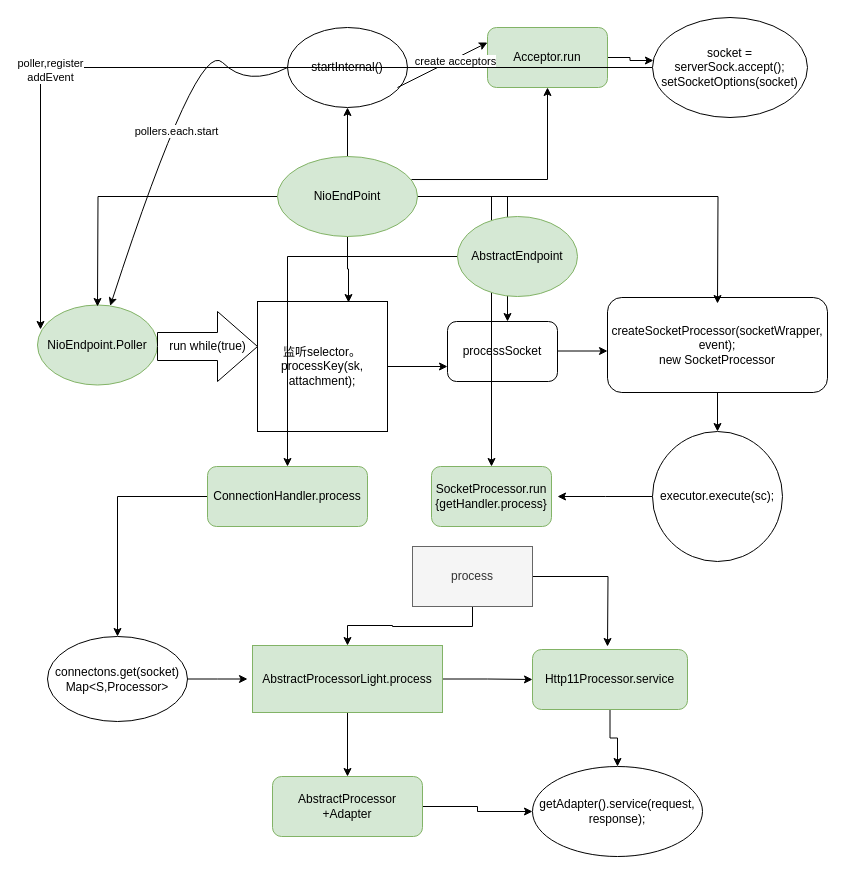
xiaojianlee/document keeps this draw.io diagram as page "Page-1" (1 of 2) of Untitled Diagram.drawio. Above is the earlier version. Source tidied: cells renumbered, new cells numbered last; positions are measured from the earlier drawing's top-left corner, leaving out a move shared by most shapes. Both pictures are drawn from the tidied source at 100%, with x=0, y=0 at pixel (37, 17).
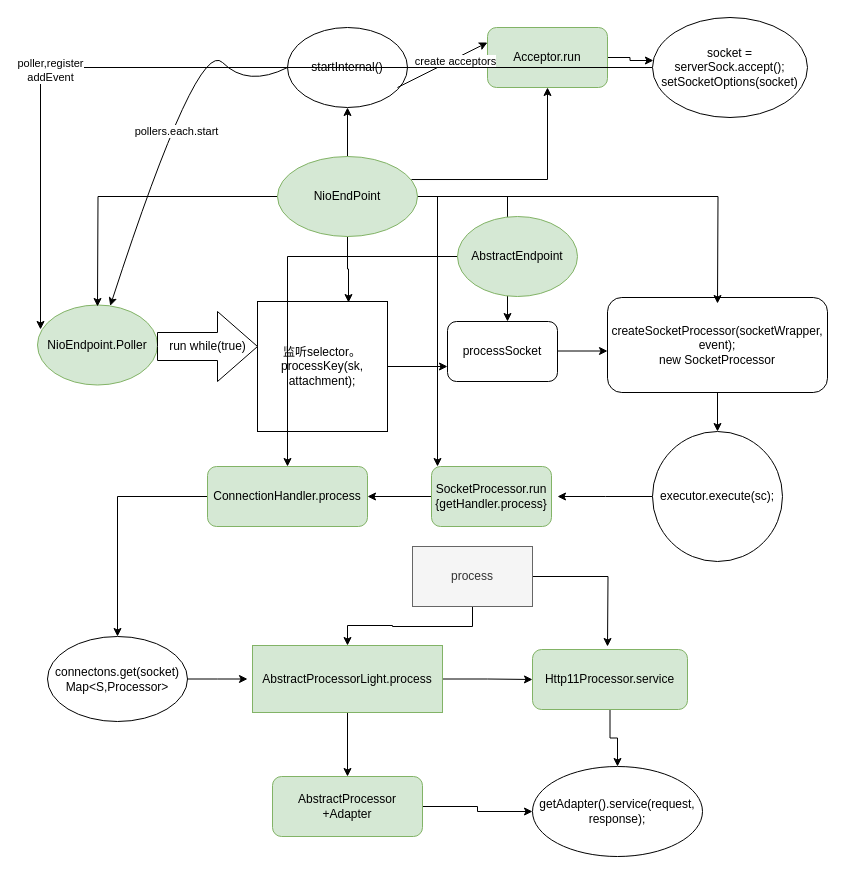
The same page after the edit.

Commit message:
多级万科对接

Unchanged cells that the change refers to:
```xml
<mxCell id="16" value="NioEndPoint" style="ellipse;whiteSpace=wrap;html=1;fontFamily=Helvetica;fillColor=#d5e8d4;strokeColor=#82b366;" parent="1" vertex="1">
  <mxGeometry x="240" y="139" width="140" height="80" as="geometry" />
</mxCell>
<mxCell id="20" value="SocketProcessor.run&lt;br&gt;{getHandler.process}" style="rounded=1;whiteSpace=wrap;html=1;fontFamily=Helvetica;fillColor=#d5e8d4;strokeColor=#82b366;" parent="1" vertex="1">
  <mxGeometry x="394" y="449" width="120" height="60" as="geometry" />
</mxCell>
<mxCell id="24" value="ConnectionHandler.process" style="rounded=1;whiteSpace=wrap;html=1;fontFamily=Helvetica;fillColor=#d5e8d4;strokeColor=#82b366;" parent="1" vertex="1">
  <mxGeometry x="170" y="449" width="160" height="60" as="geometry" />
</mxCell>
```

Change to the diagram source:
```diff
@@
     <mxCell id="14" style="edgeStyle=orthogonalEdgeStyle;rounded=0;jettySize=auto;html=1;fontFamily=Helvetica;" parent="1" edge="1" source="16" target="20">
-      <mxGeometry relative="1" as="geometry" />
+      <mxGeometry relative="1" as="geometry">
+        <Array as="points">
+          <mxPoint x="400" y="179" />
+        </Array>
+      </mxGeometry>
     </mxCell>
@@
+    <mxCell id="48" style="edgeStyle=orthogonalEdgeStyle;rounded=0;jettySize=auto;html=1;fontFamily=Helvetica;" parent="1" edge="1" source="20" target="24">
+      <mxGeometry relative="1" as="geometry" />
+    </mxCell>
```
